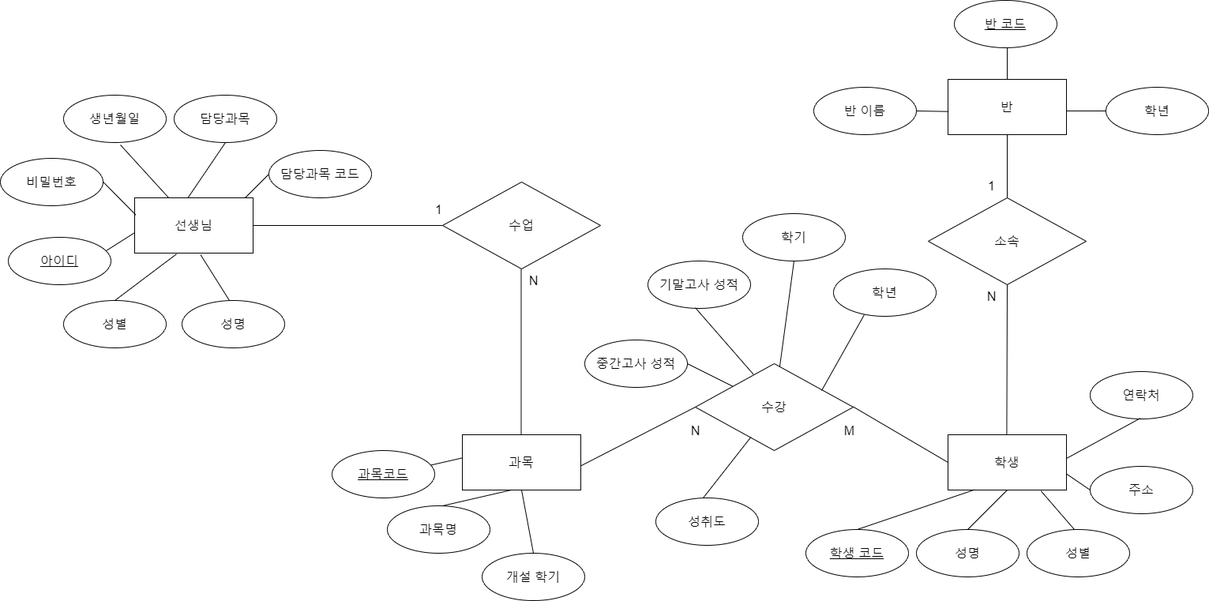
Earlier version of the draw.io export Document/ER Diagram/ER Diagram.png (rlarkdals1202/Database-Term-Project). Source tidied: cells renumbered, new cells last; positions are measured from the earlier drawing's top-left corner, leaving out a move shared by most shapes.
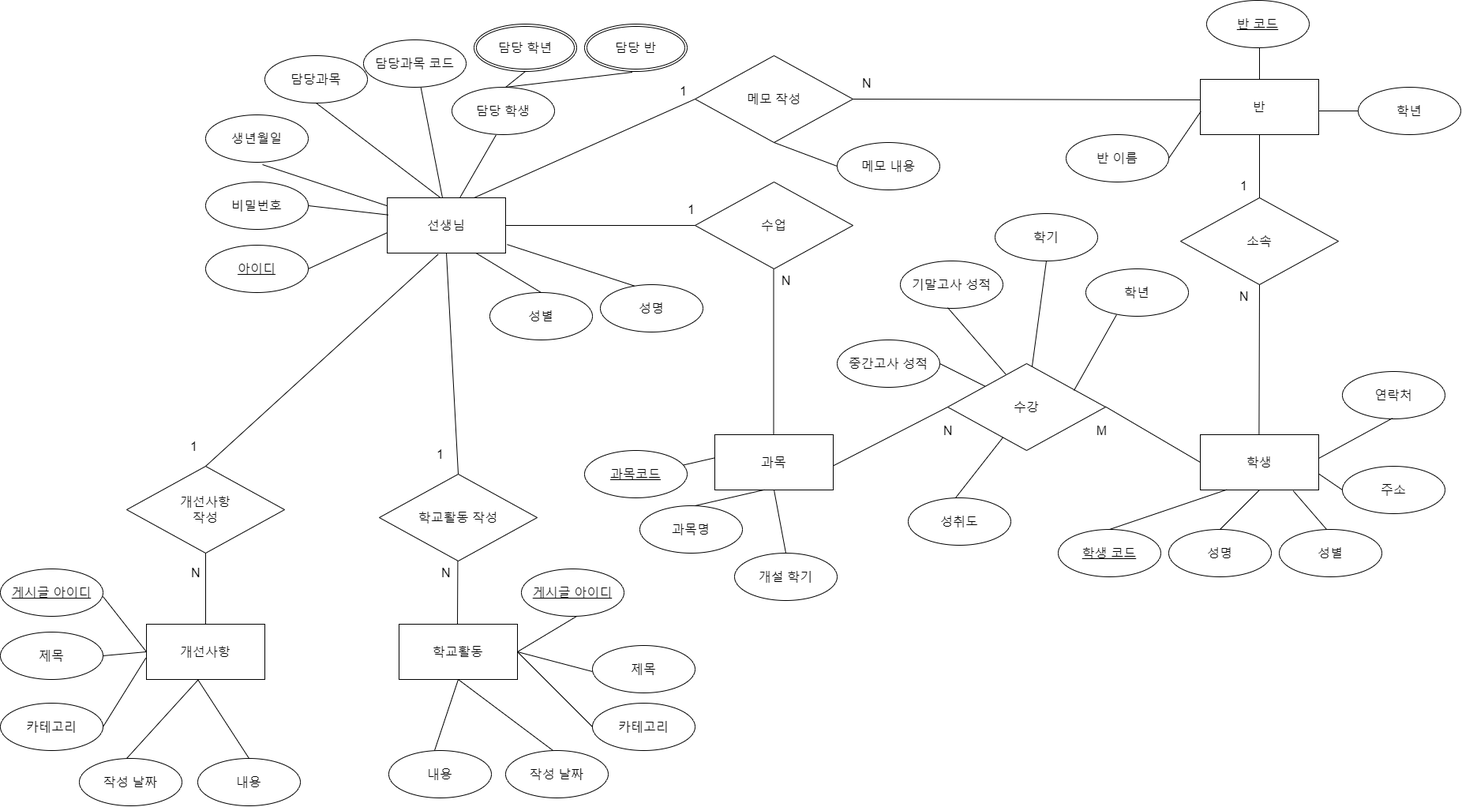
Above is the later version.

Commit message:
Database Systems Term Project 주제에 대한 ER Diagram (3차 개정)

Diff of the diagram source:
```diff
@@ -6,22 +6,22 @@
       <mxGeometry x="610" y="700" width="130" height="60" as="geometry" />
     </mxCell>
     <mxCell id="3" value="&lt;font style=&quot;font-size: 16px;&quot;&gt;비밀번호&lt;/font&gt;" style="ellipse;whiteSpace=wrap;html=1;align=center;" parent="1" vertex="1">
-      <mxGeometry y="200" width="130" height="60" as="geometry" />
+      <mxGeometry x="-60" y="230" width="130" height="60" as="geometry" />
     </mxCell>
     <mxCell id="4" value="&lt;font style=&quot;font-size: 16px;&quot;&gt;생년월일&lt;/font&gt;" style="ellipse;whiteSpace=wrap;html=1;align=center;" parent="1" vertex="1">
-      <mxGeometry x="80" y="120" width="130" height="60" as="geometry" />
+      <mxGeometry x="-60" y="145" width="130" height="60" as="geometry" />
     </mxCell>
     <mxCell id="5" value="&lt;font style=&quot;font-size: 16px;&quot;&gt;과목명&lt;/font&gt;" style="ellipse;whiteSpace=wrap;html=1;align=center;" parent="1" vertex="1">
       <mxGeometry x="490" y="640" width="130" height="60" as="geometry" />
     </mxCell>
     <mxCell id="6" value="&lt;font style=&quot;font-size: 16px;&quot;&gt;성명&lt;/font&gt;" style="ellipse;whiteSpace=wrap;html=1;align=center;" parent="1" vertex="1">
-      <mxGeometry x="230" y="380" width="130" height="60" as="geometry" />
+      <mxGeometry x="440" y="360" width="130" height="60" as="geometry" />
     </mxCell>
     <mxCell id="7" value="&lt;font style=&quot;font-size: 16px;&quot;&gt;담당과목&lt;/font&gt;" style="ellipse;whiteSpace=wrap;html=1;align=center;" parent="1" vertex="1">
-      <mxGeometry x="220" y="120" width="130" height="60" as="geometry" />
+      <mxGeometry x="15" y="70" width="130" height="60" as="geometry" />
     </mxCell>
     <mxCell id="8" value="&lt;font style=&quot;font-size: 16px;&quot;&gt;성별&lt;/font&gt;" style="ellipse;whiteSpace=wrap;html=1;align=center;" parent="1" vertex="1">
-      <mxGeometry x="80" y="380" width="130" height="60" as="geometry" />
+      <mxGeometry x="300" y="370" width="130" height="60" as="geometry" />
     </mxCell>
     <mxCell id="9" value="&lt;font style=&quot;font-size: 16px;&quot;&gt;선생님&lt;/font&gt;" style="whiteSpace=wrap;html=1;align=center;" parent="1" vertex="1">
       <mxGeometry x="170" y="250" width="150" height="70" as="geometry" />
@@ -36,7 +36,7 @@
       <mxGeometry x="585" y="550" width="150" height="70" as="geometry" />
     </mxCell>
     <mxCell id="13" value="&lt;font style=&quot;font-size: 16px;&quot;&gt;담당과목 코드&lt;/font&gt;" style="ellipse;whiteSpace=wrap;html=1;align=center;" parent="1" vertex="1">
-      <mxGeometry x="340" y="190" width="130" height="60" as="geometry" />
+      <mxGeometry x="140" y="50" width="130" height="60" as="geometry" />
     </mxCell>
     <mxCell id="14" style="endArrow=none;html=1;rounded=0;fontSize=16;entryX=0.5;entryY=1;entryDx=0;entryDy=0;" parent="1" edge="1" target="7">
       <mxGeometry relative="1" as="geometry">
@@ -46,27 +46,21 @@
     <mxCell id="15" style="endArrow=none;html=1;rounded=0;fontSize=16;entryX=0.554;entryY=1.05;entryDx=0;entryDy=0;entryPerimeter=0;" parent="1" edge="1" source="9" target="4">
       <mxGeometry relative="1" as="geometry" />
     </mxCell>
-    <mxCell id="16" style="endArrow=none;html=1;rounded=0;fontSize=16;entryX=0.01;entryY=0.31;entryDx=0;entryDy=0;entryPerimeter=0;" parent="1" edge="1" target="9">
-      <mxGeometry relative="1" as="geometry">
-        <mxPoint x="130" y="229.8" as="sourcePoint" />
-      </mxGeometry>
+    <mxCell id="16" style="endArrow=none;html=1;rounded=0;fontSize=16;entryX=0.01;entryY=0.31;entryDx=0;entryDy=0;entryPerimeter=0;exitX=1;exitY=0.5;exitDx=0;exitDy=0;" parent="1" edge="1" source="3" target="9">
+      <mxGeometry relative="1" as="geometry" />
     </mxCell>
-    <mxCell id="17" style="endArrow=none;html=1;rounded=0;fontSize=16;entryX=0.001;entryY=0.63;entryDx=0;entryDy=0;entryPerimeter=0;" parent="1" edge="1" target="9">
-      <mxGeometry relative="1" as="geometry">
-        <mxPoint x="130" y="319.5" as="sourcePoint" />
-      </mxGeometry>
+    <mxCell id="17" style="endArrow=none;html=1;rounded=0;fontSize=16;entryX=0.001;entryY=0.63;entryDx=0;entryDy=0;entryPerimeter=0;exitX=1;exitY=0.5;exitDx=0;exitDy=0;" parent="1" edge="1" source="27" target="9">
+      <mxGeometry relative="1" as="geometry" />
     </mxCell>
-    <mxCell id="18" style="endArrow=none;html=1;rounded=0;fontSize=16;entryX=0.353;entryY=1.018;entryDx=0;entryDy=0;entryPerimeter=0;exitX=0.5;exitY=0;exitDx=0;exitDy=0;" parent="1" edge="1" source="8" target="9">
+    <mxCell id="18" style="endArrow=none;html=1;rounded=0;fontSize=16;entryX=0.75;entryY=1;entryDx=0;entryDy=0;exitX=0.5;exitY=0;exitDx=0;exitDy=0;" parent="1" edge="1" source="8" target="9">
       <mxGeometry relative="1" as="geometry" />
     </mxCell>
-    <mxCell id="19" style="endArrow=none;html=1;rounded=0;fontSize=16;entryX=0.557;entryY=1.031;entryDx=0;entryDy=0;entryPerimeter=0;exitX=0.5;exitY=0;exitDx=0;exitDy=0;" parent="1" edge="1" target="9">
-      <mxGeometry relative="1" as="geometry">
-        <mxPoint x="290" y="380" as="sourcePoint" />
-      </mxGeometry>
+    <mxCell id="19" style="endArrow=none;html=1;rounded=0;fontSize=16;entryX=1.013;entryY=0.845;entryDx=0;entryDy=0;entryPerimeter=0;exitX=0.329;exitY=0.025;exitDx=0;exitDy=0;exitPerimeter=0;" parent="1" edge="1" source="6" target="9">
+      <mxGeometry relative="1" as="geometry" />
     </mxCell>
-    <mxCell id="20" style="endArrow=none;html=1;rounded=0;fontSize=16;entryX=0;entryY=0.5;entryDx=0;entryDy=0;" parent="1" edge="1" target="13">
+    <mxCell id="20" style="endArrow=none;html=1;rounded=0;fontSize=16;entryX=0.559;entryY=1.006;entryDx=0;entryDy=0;entryPerimeter=0;" parent="1" edge="1" target="13">
       <mxGeometry relative="1" as="geometry">
-        <mxPoint x="310" y="250" as="sourcePoint" />
+        <mxPoint x="240" y="250" as="sourcePoint" />
       </mxGeometry>
     </mxCell>
     <mxCell id="21" style="endArrow=none;html=1;rounded=0;fontSize=16;exitX=1;exitY=0.5;exitDx=0;exitDy=0;" parent="1" edge="1" source="9">
@@ -95,7 +89,7 @@
       </mxGeometry>
     </mxCell>
     <mxCell id="27" value="아이디" style="ellipse;whiteSpace=wrap;html=1;align=center;fontStyle=4;fontSize=16;" parent="1" vertex="1">
-      <mxGeometry x="10" y="300" width="130" height="60" as="geometry" />
+      <mxGeometry x="-60" y="310" width="130" height="60" as="geometry" />
     </mxCell>
     <mxCell id="28" style="endArrow=none;html=1;rounded=0;fontSize=16;entryX=-0.004;entryY=0.421;entryDx=0;entryDy=0;entryPerimeter=0;" parent="1" edge="1" target="12">
       <mxGeometry relative="1" as="geometry">
@@ -197,7 +191,7 @@
       </mxGeometry>
     </mxCell>
     <mxCell id="55" value="&lt;font style=&quot;font-size: 16px;&quot;&gt;반 이름&lt;/font&gt;" style="ellipse;whiteSpace=wrap;html=1;align=center;" parent="1" vertex="1">
-      <mxGeometry x="1030" y="110" width="130" height="60" as="geometry" />
+      <mxGeometry x="1030" y="170" width="130" height="60" as="geometry" />
     </mxCell>
     <mxCell id="56" value="&lt;font style=&quot;font-size: 16px;&quot;&gt;학년&lt;/font&gt;" style="ellipse;whiteSpace=wrap;html=1;align=center;" parent="1" vertex="1">
       <mxGeometry x="1400" y="110" width="130" height="60" as="geometry" />
@@ -240,5 +234,177 @@
         <mxPoint x="890" y="630" as="sourcePoint" />
       </mxGeometry>
     </mxCell>
+    <mxCell id="67" value="&lt;span style=&quot;font-size: 16px;&quot;&gt;개선사항&lt;/span&gt;" style="whiteSpace=wrap;html=1;align=center;" parent="1" vertex="1">
+      <mxGeometry x="-135" y="790" width="150" height="70" as="geometry" />
+    </mxCell>
+    <mxCell id="68" value="&lt;span style=&quot;font-size: 16px;&quot;&gt;학교활동&lt;/span&gt;" style="whiteSpace=wrap;html=1;align=center;" parent="1" vertex="1">
+      <mxGeometry x="185" y="790" width="150" height="70" as="geometry" />
+    </mxCell>
+    <mxCell id="69" value="개선사항&lt;br&gt;작성" style="shape=rhombus;perimeter=rhombusPerimeter;whiteSpace=wrap;html=1;align=center;fontSize=16;" parent="1" vertex="1">
+      <mxGeometry x="-160" y="590" width="200" height="110" as="geometry" />
+    </mxCell>
+    <mxCell id="70" value="학교활동 작성" style="shape=rhombus;perimeter=rhombusPerimeter;whiteSpace=wrap;html=1;align=center;fontSize=16;" parent="1" vertex="1">
+      <mxGeometry x="160" y="600" width="200" height="110" as="geometry" />
+    </mxCell>
+    <mxCell id="71" style="endArrow=none;html=1;rounded=0;entryX=0.431;entryY=1.021;entryDx=0;entryDy=0;entryPerimeter=0;" parent="1" edge="1" target="9">
+      <mxGeometry relative="1" as="geometry">
+        <mxPoint x="-60" y="590" as="sourcePoint" />
+      </mxGeometry>
+    </mxCell>
+    <mxCell id="72" style="endArrow=none;html=1;rounded=0;entryX=0.5;entryY=1;entryDx=0;entryDy=0;exitX=0.5;exitY=0;exitDx=0;exitDy=0;" parent="1" edge="1" source="70" target="9">
+      <mxGeometry relative="1" as="geometry" />
+    </mxCell>
+    <mxCell id="73" style="endArrow=none;html=1;rounded=0;exitX=0.5;exitY=0;exitDx=0;exitDy=0;" parent="1" edge="1" source="67">
+      <mxGeometry relative="1" as="geometry">
+        <mxPoint x="-60" y="700" as="targetPoint" />
+      </mxGeometry>
+    </mxCell>
+    <mxCell id="74" style="endArrow=none;html=1;rounded=0;" parent="1" edge="1">
+      <mxGeometry relative="1" as="geometry">
+        <mxPoint x="259" y="790" as="sourcePoint" />
+        <mxPoint x="259.4" y="710" as="targetPoint" />
+      </mxGeometry>
+    </mxCell>
+    <mxCell id="75" value="&lt;span style=&quot;font-size: 16px;&quot;&gt;작성 날짜&lt;/span&gt;" style="ellipse;whiteSpace=wrap;html=1;align=center;" parent="1" vertex="1">
+      <mxGeometry x="-220" y="960" width="130" height="60" as="geometry" />
+    </mxCell>
+    <mxCell id="76" value="&lt;span style=&quot;font-size: 16px;&quot;&gt;내용&lt;/span&gt;" style="ellipse;whiteSpace=wrap;html=1;align=center;" parent="1" vertex="1">
+      <mxGeometry x="-70" y="960" width="130" height="60" as="geometry" />
+    </mxCell>
+    <mxCell id="77" value="&lt;span style=&quot;font-size: 16px;&quot;&gt;카테고리&lt;/span&gt;" style="ellipse;whiteSpace=wrap;html=1;align=center;" parent="1" vertex="1">
+      <mxGeometry x="-320" y="890" width="130" height="60" as="geometry" />
+    </mxCell>
+    <mxCell id="78" value="&lt;span style=&quot;font-size: 16px;&quot;&gt;제목&lt;/span&gt;" style="ellipse;whiteSpace=wrap;html=1;align=center;" parent="1" vertex="1">
+      <mxGeometry x="-320" y="800" width="130" height="60" as="geometry" />
+    </mxCell>
+    <mxCell id="79" value="&lt;span style=&quot;font-size: 16px;&quot;&gt;내용&lt;/span&gt;" style="ellipse;whiteSpace=wrap;html=1;align=center;" parent="1" vertex="1">
+      <mxGeometry x="172" y="950" width="130" height="60" as="geometry" />
+    </mxCell>
+    <mxCell id="80" value="&lt;span style=&quot;font-size: 16px;&quot;&gt;작성 날짜&lt;/span&gt;" style="ellipse;whiteSpace=wrap;html=1;align=center;" parent="1" vertex="1">
+      <mxGeometry x="320" y="950" width="130" height="60" as="geometry" />
+    </mxCell>
+    <mxCell id="81" value="&lt;span style=&quot;font-size: 16px;&quot;&gt;카테고리&lt;/span&gt;" style="ellipse;whiteSpace=wrap;html=1;align=center;" parent="1" vertex="1">
+      <mxGeometry x="430" y="890" width="130" height="60" as="geometry" />
+    </mxCell>
+    <mxCell id="82" value="&lt;span style=&quot;font-size: 16px;&quot;&gt;제목&lt;/span&gt;" style="ellipse;whiteSpace=wrap;html=1;align=center;" parent="1" vertex="1">
+      <mxGeometry x="430" y="817" width="130" height="60" as="geometry" />
+    </mxCell>
+    <mxCell id="83" value="메모 작성" style="shape=rhombus;perimeter=rhombusPerimeter;whiteSpace=wrap;html=1;align=center;fontSize=16;" parent="1" vertex="1">
+      <mxGeometry x="560" y="70" width="200" height="110" as="geometry" />
+    </mxCell>
+    <mxCell id="84" style="endArrow=none;html=1;rounded=0;entryX=0;entryY=0.5;entryDx=0;entryDy=0;" parent="1" edge="1" target="83">
+      <mxGeometry relative="1" as="geometry">
+        <mxPoint x="280" y="250" as="sourcePoint" />
+      </mxGeometry>
+    </mxCell>
+    <mxCell id="85" style="endArrow=none;html=1;rounded=0;exitX=1;exitY=0.5;exitDx=0;exitDy=0;entryX=0;entryY=0.371;entryDx=0;entryDy=0;entryPerimeter=0;" parent="1" edge="1" source="83" target="11">
+      <mxGeometry relative="1" as="geometry" />
+    </mxCell>
+    <mxCell id="86" style="endArrow=none;html=1;rounded=0;entryX=0;entryY=0.5;entryDx=0;entryDy=0;" parent="1" edge="1" target="67">
+      <mxGeometry relative="1" as="geometry">
+        <mxPoint x="-190" y="755" as="sourcePoint" />
+      </mxGeometry>
+    </mxCell>
+    <mxCell id="87" style="endArrow=none;html=1;rounded=0;entryX=0;entryY=0.5;entryDx=0;entryDy=0;" parent="1" edge="1" target="67">
+      <mxGeometry relative="1" as="geometry">
+        <mxPoint x="-190" y="830" as="sourcePoint" />
+      </mxGeometry>
+    </mxCell>
+    <mxCell id="88" style="endArrow=none;html=1;rounded=0;entryX=-0.005;entryY=0.612;entryDx=0;entryDy=0;entryPerimeter=0;" parent="1" edge="1" target="67">
+      <mxGeometry relative="1" as="geometry">
+        <mxPoint x="-190" y="920" as="sourcePoint" />
+      </mxGeometry>
+    </mxCell>
+    <mxCell id="89" style="endArrow=none;html=1;rounded=0;entryX=0.437;entryY=1.006;entryDx=0;entryDy=0;entryPerimeter=0;" parent="1" edge="1" target="67">
+      <mxGeometry relative="1" as="geometry">
+        <mxPoint x="-160" y="960" as="sourcePoint" />
+      </mxGeometry>
+    </mxCell>
+    <mxCell id="90" style="endArrow=none;html=1;rounded=0;entryX=0.5;entryY=0;entryDx=0;entryDy=0;" parent="1" edge="1" target="76">
+      <mxGeometry relative="1" as="geometry">
+        <mxPoint x="-70" y="860" as="sourcePoint" />
+      </mxGeometry>
+    </mxCell>
+    <mxCell id="91" value="게시글 아이디" style="ellipse;whiteSpace=wrap;html=1;align=center;fontStyle=4;fontSize=16;" parent="1" vertex="1">
+      <mxGeometry x="-320" y="720" width="130" height="60" as="geometry" />
+    </mxCell>
+    <mxCell id="92" value="게시글 아이디" style="ellipse;whiteSpace=wrap;html=1;align=center;fontStyle=4;fontSize=16;" parent="1" vertex="1">
+      <mxGeometry x="340" y="720" width="130" height="60" as="geometry" />
+    </mxCell>
+    <mxCell id="93" style="endArrow=none;html=1;rounded=0;entryX=0.5;entryY=1;entryDx=0;entryDy=0;" parent="1" edge="1" target="68">
+      <mxGeometry relative="1" as="geometry">
+        <mxPoint x="230" y="950" as="sourcePoint" />
+      </mxGeometry>
+    </mxCell>
+    <mxCell id="94" style="endArrow=none;html=1;rounded=0;entryX=0.5;entryY=1;entryDx=0;entryDy=0;" parent="1" edge="1" target="68">
+      <mxGeometry relative="1" as="geometry">
+        <mxPoint x="380" y="950" as="sourcePoint" />
+      </mxGeometry>
+    </mxCell>
+    <mxCell id="95" style="endArrow=none;html=1;rounded=0;entryX=1;entryY=0.5;entryDx=0;entryDy=0;" parent="1" edge="1" target="68">
+      <mxGeometry relative="1" as="geometry">
+        <mxPoint x="430" y="920" as="sourcePoint" />
+      </mxGeometry>
+    </mxCell>
+    <mxCell id="96" style="endArrow=none;html=1;rounded=0;exitX=1;exitY=0.5;exitDx=0;exitDy=0;" parent="1" edge="1" source="68">
+      <mxGeometry relative="1" as="geometry">
+        <mxPoint x="410" y="780" as="targetPoint" />
+      </mxGeometry>
+    </mxCell>
+    <mxCell id="97" style="endArrow=none;html=1;rounded=0;entryX=1;entryY=0.5;entryDx=0;entryDy=0;" parent="1" edge="1" target="68">
+      <mxGeometry relative="1" as="geometry">
+        <mxPoint x="430" y="850" as="sourcePoint" />
+      </mxGeometry>
+    </mxCell>
+    <mxCell id="98" value="1" style="text;html=1;align=center;verticalAlign=middle;strokeColor=none;fillColor=none;fontSize=16;" parent="1" vertex="1">
+      <mxGeometry x="-90" y="550" width="30" height="30" as="geometry" />
+    </mxCell>
+    <mxCell id="99" value="1" style="text;html=1;align=center;verticalAlign=middle;strokeColor=none;fillColor=none;fontSize=16;" parent="1" vertex="1">
+      <mxGeometry x="222" y="560" width="30" height="30" as="geometry" />
+    </mxCell>
+    <mxCell id="100" value="&amp;nbsp;N" style="text;html=1;align=center;verticalAlign=middle;strokeColor=none;fillColor=none;fontSize=16;" parent="1" vertex="1">
+      <mxGeometry x="-95" y="710" width="40" height="30" as="geometry" />
+    </mxCell>
+    <mxCell id="101" value="&amp;nbsp;N" style="text;html=1;align=center;verticalAlign=middle;strokeColor=none;fillColor=none;fontSize=16;" parent="1" vertex="1">
+      <mxGeometry x="222" y="710" width="40" height="30" as="geometry" />
+    </mxCell>
+    <mxCell id="102" value="1" style="text;html=1;align=center;verticalAlign=middle;strokeColor=none;fillColor=none;fontSize=16;" parent="1" vertex="1">
+      <mxGeometry x="530" y="100" width="30" height="30" as="geometry" />
+    </mxCell>
+    <mxCell id="103" value="&amp;nbsp;N" style="text;html=1;align=center;verticalAlign=middle;strokeColor=none;fillColor=none;fontSize=16;" parent="1" vertex="1">
+      <mxGeometry x="755" y="90" width="40" height="30" as="geometry" />
+    </mxCell>
+    <mxCell id="104" value="&lt;span style=&quot;font-size: 16px;&quot;&gt;메모 내용&lt;/span&gt;" style="ellipse;whiteSpace=wrap;html=1;align=center;" parent="1" vertex="1">
+      <mxGeometry x="740" y="180" width="130" height="60" as="geometry" />
+    </mxCell>
+    <mxCell id="105" style="endArrow=none;html=1;rounded=0;entryX=0;entryY=0.5;entryDx=0;entryDy=0;" parent="1" edge="1" target="104">
+      <mxGeometry relative="1" as="geometry">
+        <mxPoint x="660" y="180" as="sourcePoint" />
+      </mxGeometry>
+    </mxCell>
+    <mxCell id="106" style="endArrow=none;html=1;rounded=0;entryX=0.429;entryY=1.012;entryDx=0;entryDy=0;entryPerimeter=0;" parent="1" edge="1" target="108">
+      <mxGeometry relative="1" as="geometry">
+        <mxPoint x="262" y="250" as="sourcePoint" />
+      </mxGeometry>
+    </mxCell>
+    <mxCell id="107" value="&lt;span style=&quot;font-size: 16px;&quot;&gt;담당 학년&lt;/span&gt;" style="ellipse;shape=doubleEllipse;margin=3;whiteSpace=wrap;html=1;align=center;" parent="1" vertex="1">
+      <mxGeometry x="280" y="30" width="130" height="60" as="geometry" />
+    </mxCell>
+    <mxCell id="108" value="&lt;span style=&quot;font-size: 16px;&quot;&gt;담당 학생&lt;/span&gt;" style="ellipse;whiteSpace=wrap;html=1;align=center;" parent="1" vertex="1">
+      <mxGeometry x="252" y="110" width="130" height="60" as="geometry" />
+    </mxCell>
+    <mxCell id="109" value="&lt;span style=&quot;font-size: 16px;&quot;&gt;담당 반&lt;/span&gt;" style="ellipse;shape=doubleEllipse;margin=3;whiteSpace=wrap;html=1;align=center;" parent="1" vertex="1">
+      <mxGeometry x="420" y="30" width="130" height="60" as="geometry" />
+    </mxCell>
+    <mxCell id="110" style="endArrow=none;html=1;rounded=0;fontSize=16;entryX=0.5;entryY=1;entryDx=0;entryDy=0;" parent="1" edge="1" target="107">
+      <mxGeometry relative="1" as="geometry">
+        <mxPoint x="320" y="110" as="sourcePoint" />
+      </mxGeometry>
+    </mxCell>
+    <mxCell id="111" style="endArrow=none;html=1;rounded=0;fontSize=16;entryX=0.465;entryY=1.016;entryDx=0;entryDy=0;entryPerimeter=0;" parent="1" edge="1" target="109">
+      <mxGeometry relative="1" as="geometry">
+        <mxPoint x="320" y="110" as="sourcePoint" />
+      </mxGeometry>
+    </mxCell>
   </root>
 </mxGraphModel>
```
